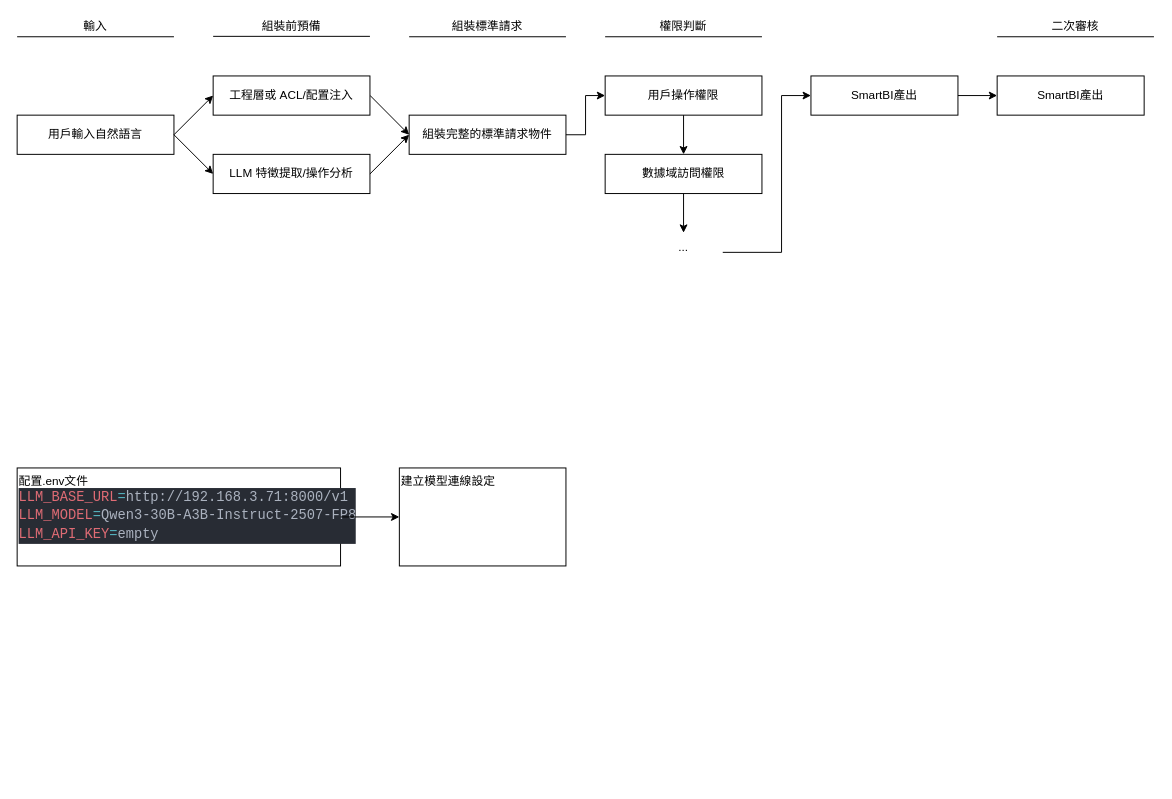
Above: Untitled Diagram.drawio in HI20001000/smartbi_demo (draw.io), before the change. Source tidied: cells renumbered, new cells numbered last; positions are measured from the earlier drawing's top-left corner, leaving out a move shared by most shapes. Both pictures are drawn from the tidied source at 98%, with x=0, y=0 at pixel (17, 17).
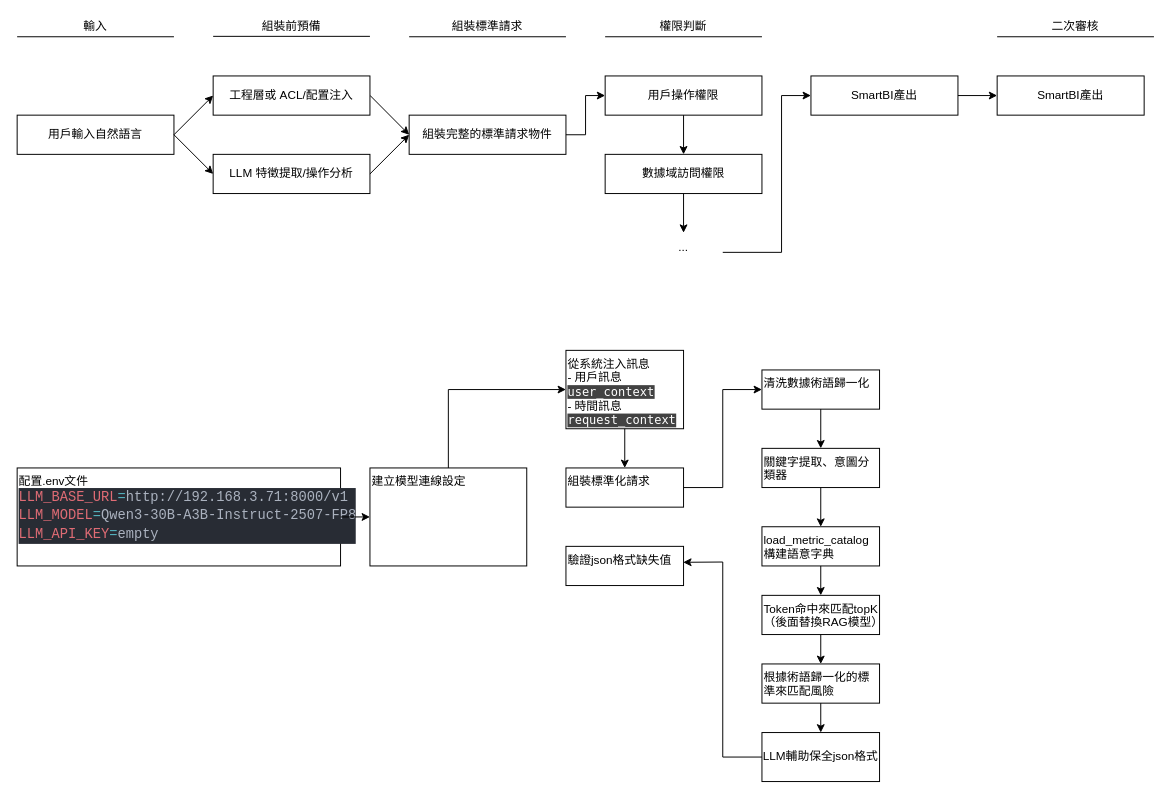
Above is the later version.

Change to the diagram source:
```diff
@@
     <mxCell id="32" value="建立模型連線設定" style="rounded=0;whiteSpace=wrap;html=1;align=left;verticalAlign=top;" parent="1" vertex="1">
-      <mxGeometry x="390" y="460" width="170" height="100" as="geometry" />
+      <mxGeometry x="360" y="460" width="160" height="100" as="geometry" />
     </mxCell>
+    <mxCell id="33" style="endArrow=classic;html=1;rounded=0;exitX=0.5;exitY=0;exitDx=0;exitDy=0;entryX=0;entryY=0.5;entryDx=0;entryDy=0;" parent="1" edge="1" source="32" target="34">
+      <mxGeometry relative="1" as="geometry">
+        <Array as="points">
+          <mxPoint x="440" y="380" />
+        </Array>
+      </mxGeometry>
+    </mxCell>
+    <mxCell id="34" value="從系統注入訊息&lt;div&gt;- 用戶訊息&lt;/div&gt;&lt;div&gt;&lt;span style=&quot;color: rgb(255, 255, 255); font-family: ui-monospace, SFMono-Regular, &amp;quot;SF Mono&amp;quot;, Menlo, Consolas, &amp;quot;Liberation Mono&amp;quot;, monospace; font-size: 12.25px; background-color: rgb(66, 66, 66);&quot;&gt;user_context&lt;/span&gt;&lt;/div&gt;&lt;div&gt;- 時間訊息&lt;span style=&quot;background-color: rgb(66, 66, 66); color: rgb(255, 255, 255); font-family: ui-monospace, SFMono-Regular, &amp;quot;SF Mono&amp;quot;, Menlo, Consolas, &amp;quot;Liberation Mono&amp;quot;, monospace; font-size: 12.25px;&quot;&gt;request_context&lt;/span&gt;&lt;/div&gt;" style="rounded=0;whiteSpace=wrap;html=1;align=left;verticalAlign=top;" parent="1" vertex="1">
+      <mxGeometry x="560" y="340" width="120" height="80" as="geometry" />
+    </mxCell>
+    <mxCell id="35" style="endArrow=classic;html=1;rounded=0;exitX=0.5;exitY=1;exitDx=0;exitDy=0;entryX=0.5;entryY=0;entryDx=0;entryDy=0;" parent="1" edge="1" source="34" target="36">
+      <mxGeometry relative="1" as="geometry" />
+    </mxCell>
+    <mxCell id="36" value="組裝標準化請求" style="rounded=0;whiteSpace=wrap;html=1;align=left;verticalAlign=top;" parent="1" vertex="1">
+      <mxGeometry x="560" y="460" width="120" height="40" as="geometry" />
+    </mxCell>
+    <mxCell id="37" style="endArrow=classic;html=1;rounded=0;exitX=1;exitY=0.5;exitDx=0;exitDy=0;entryX=0;entryY=0.5;entryDx=0;entryDy=0;" parent="1" edge="1" source="36" target="38">
+      <mxGeometry relative="1" as="geometry">
+        <Array as="points">
+          <mxPoint x="720" y="480" />
+          <mxPoint x="720" y="380" />
+        </Array>
+      </mxGeometry>
+    </mxCell>
+    <mxCell id="38" value="清洗數據術語歸一化" style="rounded=0;whiteSpace=wrap;html=1;align=left;verticalAlign=top;" parent="1" vertex="1">
+      <mxGeometry x="760" y="360" width="120" height="40" as="geometry" />
+    </mxCell>
+    <mxCell id="39" style="endArrow=classic;html=1;rounded=0;exitX=0.5;exitY=1;exitDx=0;exitDy=0;entryX=0.5;entryY=0;entryDx=0;entryDy=0;" parent="1" edge="1" source="38" target="40">
+      <mxGeometry relative="1" as="geometry" />
+    </mxCell>
+    <mxCell id="40" value="關鍵字提取、意圖分類器" style="rounded=0;whiteSpace=wrap;html=1;align=left;verticalAlign=top;" parent="1" vertex="1">
+      <mxGeometry x="760" y="440" width="120" height="40" as="geometry" />
+    </mxCell>
+    <mxCell id="41" value="load_metric_catalog構建語意字典" style="rounded=0;whiteSpace=wrap;html=1;align=left;verticalAlign=top;" parent="1" vertex="1">
+      <mxGeometry x="760" y="520" width="120" height="40" as="geometry" />
+    </mxCell>
+    <mxCell id="42" style="endArrow=classic;html=1;rounded=0;exitX=0.5;exitY=1;exitDx=0;exitDy=0;entryX=0.5;entryY=0;entryDx=0;entryDy=0;" parent="1" edge="1" source="40" target="41">
+      <mxGeometry relative="1" as="geometry" />
+    </mxCell>
+    <mxCell id="43" style="endArrow=classic;html=1;rounded=0;exitX=0.5;exitY=1;exitDx=0;exitDy=0;entryX=0.5;entryY=0;entryDx=0;entryDy=0;" parent="1" edge="1" source="41" target="44">
+      <mxGeometry relative="1" as="geometry" />
+    </mxCell>
+    <mxCell id="44" value="Token命中來匹配topK（後面替換RAG模型）" style="rounded=0;whiteSpace=wrap;html=1;align=left;verticalAlign=top;" parent="1" vertex="1">
+      <mxGeometry x="760" y="590" width="120" height="40" as="geometry" />
+    </mxCell>
+    <mxCell id="45" style="endArrow=classic;html=1;rounded=0;exitX=0.5;exitY=1;exitDx=0;exitDy=0;entryX=0.5;entryY=0;entryDx=0;entryDy=0;" parent="1" edge="1" source="44" target="46">
+      <mxGeometry relative="1" as="geometry" />
+    </mxCell>
+    <mxCell id="46" value="根據術語歸一化的標準來匹配風險" style="rounded=0;whiteSpace=wrap;html=1;align=left;verticalAlign=top;" parent="1" vertex="1">
+      <mxGeometry x="760" y="660" width="120" height="40" as="geometry" />
+    </mxCell>
+    <mxCell id="47" value="驗證json格式缺失值" style="rounded=0;whiteSpace=wrap;html=1;align=left;verticalAlign=top;" parent="1" vertex="1">
+      <mxGeometry x="560" y="540" width="120" height="40" as="geometry" />
+    </mxCell>
+    <mxCell id="48" style="endArrow=classic;html=1;rounded=0;exitX=0.5;exitY=1;exitDx=0;exitDy=0;entryX=0.5;entryY=0;entryDx=0;entryDy=0;" parent="1" edge="1" source="46" target="49">
+      <mxGeometry relative="1" as="geometry" />
+    </mxCell>
+    <mxCell id="49" value="LLM輔助保全json格式" style="rounded=0;whiteSpace=wrap;html=1;" parent="1" vertex="1">
+      <mxGeometry x="760" y="730" width="120" height="50" as="geometry" />
+    </mxCell>
+    <mxCell id="50" style="endArrow=classic;html=1;rounded=0;exitX=0;exitY=0.5;exitDx=0;exitDy=0;entryX=0.997;entryY=0.407;entryDx=0;entryDy=0;entryPerimeter=0;" parent="1" edge="1" source="49" target="47">
+      <mxGeometry relative="1" as="geometry">
+        <Array as="points">
+          <mxPoint x="720" y="755" />
+          <mxPoint x="720" y="556" />
+        </Array>
+      </mxGeometry>
+    </mxCell>
```
